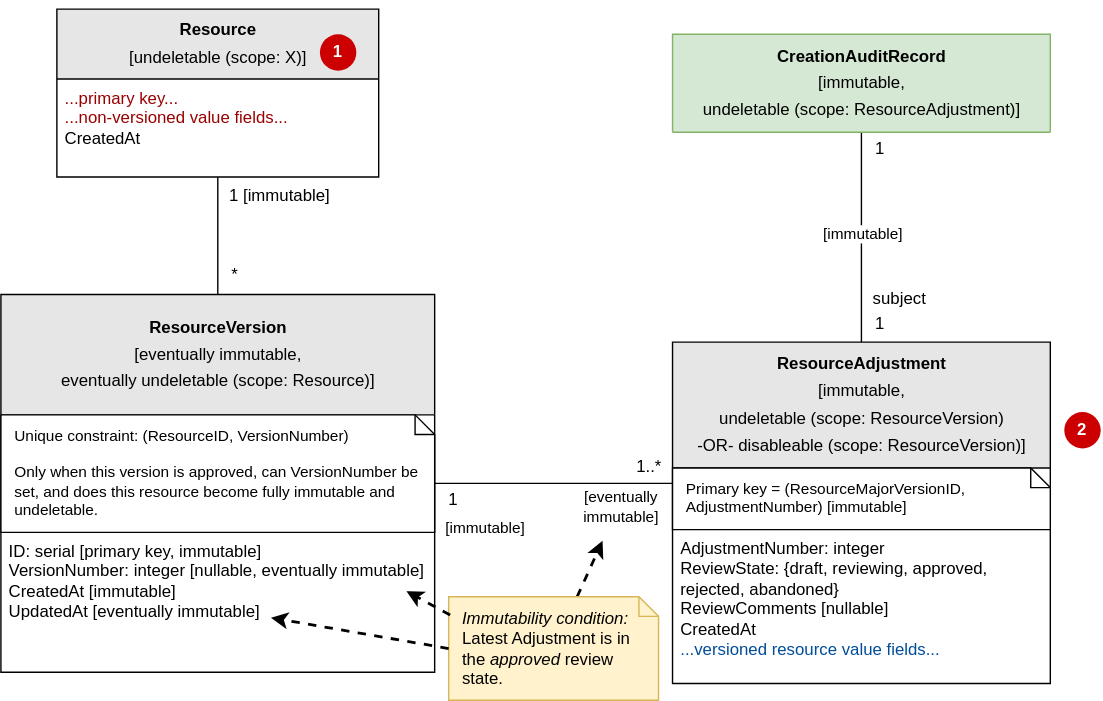
Earlier version of the draw.io export devdocs/reviewable-infra-undeletable-or-disableable.drawio.svg (fullstaq-labs/sqedule). Source tidied: cells renumbered, new cells last; positions are measured from the earlier drawing's top-left corner, leaving out a move shared by most shapes.
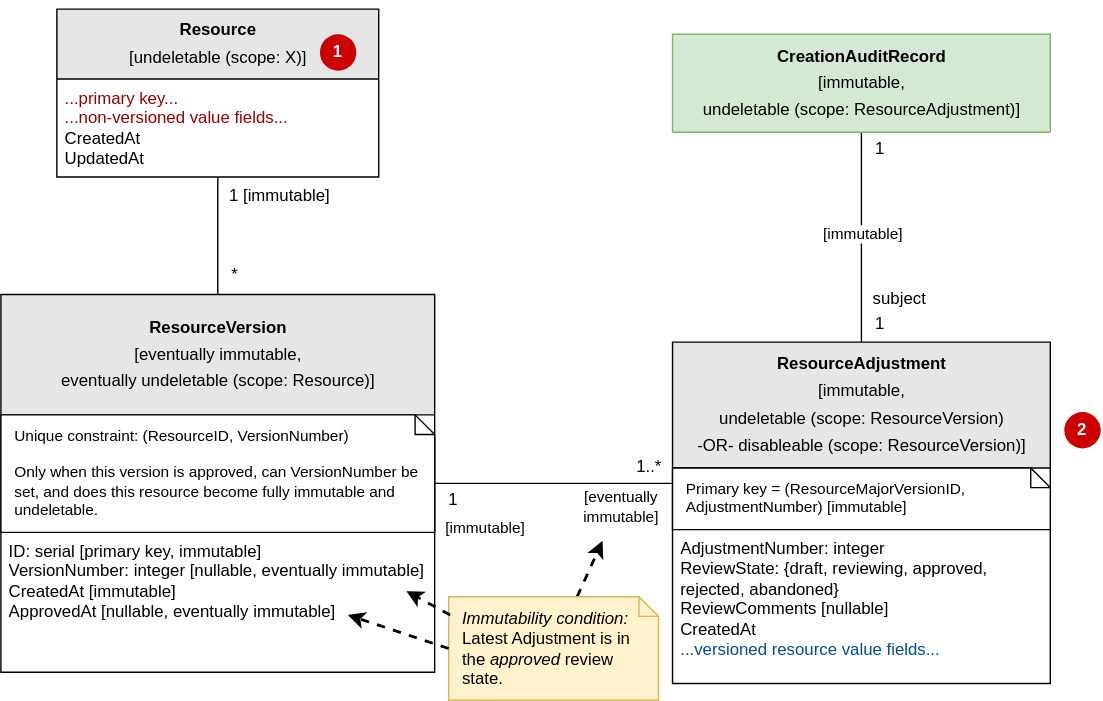
Above is the later version.

The edit, as a diff of the source:
```diff
@@ -78,7 +78,7 @@
     <mxCell id="18" value="Unique constraint: (ResourceID, VersionNumber)&lt;br&gt;&lt;br&gt;Only when this version is approved, can VersionNumber be set, and does this resource become fully immutable and undeletable." style="shape=note;whiteSpace=wrap;html=1;size=14;verticalAlign=top;align=left;spacingTop=-6;fontSize=11;spacing=10;sketch=0;" parent="17" vertex="1">
       <mxGeometry y="86" width="310" height="84" as="geometry" />
     </mxCell>
-    <mxCell id="19" value="ID: serial [primary key, immutable]&#10;VersionNumber: integer [nullable, eventually immutable]&#10;CreatedAt [immutable]&#10;UpdatedAt [eventually immutable]" style="text;strokeColor=none;fillColor=none;align=left;verticalAlign=top;spacingLeft=4;spacingRight=4;overflow=hidden;whiteSpace=wrap;" parent="17" vertex="1">
+    <mxCell id="19" value="ID: serial [primary key, immutable]&#10;VersionNumber: integer [nullable, eventually immutable]&#10;CreatedAt [immutable]&#10;ApprovedAt [nullable, eventually immutable]" style="text;strokeColor=none;fillColor=none;align=left;verticalAlign=top;spacingLeft=4;spacingRight=4;overflow=hidden;whiteSpace=wrap;" parent="17" vertex="1">
       <mxGeometry y="170" width="310" height="100" as="geometry" />
     </mxCell>
     <mxCell id="20" value="&lt;p style=&quot;line-height: 160%&quot;&gt;ResourceAdjustment&lt;br&gt;&lt;span style=&quot;font-weight: normal&quot;&gt;[immutable,&lt;br&gt;undeletable (scope: ResourceVersion)&lt;br&gt;-OR- disableable (scope: ResourceVersion)]&lt;/span&gt;&lt;/p&gt;" style="swimlane;fontStyle=1;horizontal=1;startSize=90;swimlaneFillColor=#ffffff;html=1;fillColor=#E6E6E6;" parent="1" vertex="1">
@@ -93,7 +93,7 @@
     <mxCell id="23" value="&lt;p style=&quot;line-height: 160%&quot;&gt;Resource&lt;br&gt;&lt;span style=&quot;font-weight: normal&quot;&gt;[undeletable (scope: X)]&lt;/span&gt;&lt;/p&gt;" style="swimlane;fontStyle=1;horizontal=1;startSize=50;swimlaneFillColor=#ffffff;html=1;fillColor=#E6E6E6;" parent="1" vertex="1">
       <mxGeometry x="40" width="230" height="120" as="geometry" />
     </mxCell>
-    <mxCell id="24" value="&lt;font color=&quot;#990000&quot;&gt;...primary key...&lt;br&gt;...non-versioned value fields...&lt;br&gt;&lt;/font&gt;CreatedAt" style="text;strokeColor=none;fillColor=none;align=left;verticalAlign=top;spacingLeft=4;spacingRight=4;overflow=hidden;whiteSpace=wrap;html=1;" parent="23" vertex="1">
+    <mxCell id="24" value="&lt;font color=&quot;#990000&quot;&gt;...primary key...&lt;br&gt;...non-versioned value fields...&lt;br&gt;&lt;/font&gt;CreatedAt&lt;br&gt;UpdatedAt" style="text;strokeColor=none;fillColor=none;align=left;verticalAlign=top;spacingLeft=4;spacingRight=4;overflow=hidden;whiteSpace=wrap;html=1;" parent="23" vertex="1">
       <mxGeometry y="50" width="230" height="70" as="geometry" />
     </mxCell>
     <mxCell id="25" value="&lt;span style=&quot;line-height: 160%&quot;&gt;&lt;b&gt;CreationAuditRecord&lt;/b&gt;&lt;br&gt;[immutable,&lt;br&gt;undeletable (scope: ResourceAdjustment)]&lt;br&gt;&lt;/span&gt;" style="swimlane;fontStyle=0;horizontal=1;startSize=70;strokeColor=#82b366;swimlaneFillColor=#ffffff;html=1;fillColor=#d5e8d4;" parent="1" vertex="1" collapsed="1">
@@ -112,7 +112,7 @@
     </mxCell>
     <mxCell id="29" style="rounded=0;jettySize=auto;html=1;strokeWidth=2;dashed=1;exitX=0;exitY=0.5;exitDx=0;exitDy=0;exitPerimeter=0;" parent="1" edge="1" source="16">
       <mxGeometry relative="1" as="geometry">
-        <mxPoint x="193" y="435" as="targetPoint" />
+        <mxPoint x="248" y="433" as="targetPoint" />
       </mxGeometry>
     </mxCell>
   </root>
```
